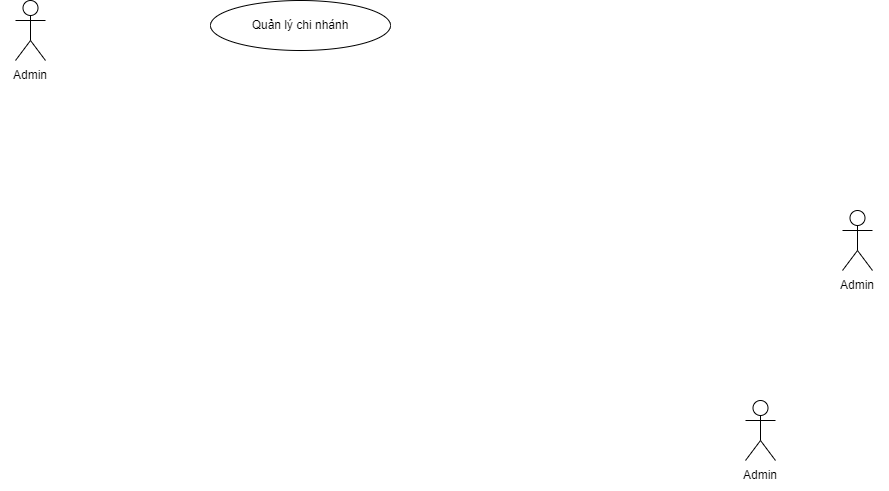
Above: Sơ Đồ UseCase.png in ChauCongTu/thiet-ke-linh-tinh (draw.io), before the change. Source tidied: cells renumbered, new cells last; positions are measured from the earlier drawing's top-left corner, leaving out a move shared by most shapes. Source of this version:
```xml
<mxGraphModel>
  <root>
    <mxCell id="0" />
    <mxCell id="1" parent="0" />
    <mxCell id="2" value="Actor" style="shape=umlActor;verticalLabelPosition=bottom;verticalAlign=top;html=1;labelPadding=0;noLabel=1;" parent="1" vertex="1">
      <mxGeometry x="15" width="30" height="60" as="geometry" />
    </mxCell>
    <mxCell id="3" value="Admin" style="text;html=1;strokeColor=none;fillColor=none;align=center;verticalAlign=middle;whiteSpace=wrap;rounded=0;" parent="1" vertex="1">
      <mxGeometry y="60" width="60" height="30" as="geometry" />
    </mxCell>
    <mxCell id="4" value="Actor" style="shape=umlActor;verticalLabelPosition=bottom;verticalAlign=top;html=1;labelPadding=0;noLabel=1;" parent="1" vertex="1">
      <mxGeometry x="745" y="400" width="30" height="60" as="geometry" />
    </mxCell>
    <mxCell id="5" value="Admin" style="text;html=1;strokeColor=none;fillColor=none;align=center;verticalAlign=middle;whiteSpace=wrap;rounded=0;" parent="1" vertex="1">
      <mxGeometry x="730" y="460" width="60" height="30" as="geometry" />
    </mxCell>
    <mxCell id="6" value="Actor" style="shape=umlActor;verticalLabelPosition=bottom;verticalAlign=top;html=1;labelPadding=0;noLabel=1;" parent="1" vertex="1">
      <mxGeometry x="842" y="210" width="30" height="60" as="geometry" />
    </mxCell>
    <mxCell id="7" value="Admin" style="text;html=1;strokeColor=none;fillColor=none;align=center;verticalAlign=middle;whiteSpace=wrap;rounded=0;" parent="1" vertex="1">
      <mxGeometry x="827" y="270" width="60" height="30" as="geometry" />
    </mxCell>
    <mxCell id="8" value="Quản lý chi nhánh" style="ellipse;whiteSpace=wrap;html=1;" parent="1" vertex="1">
      <mxGeometry x="210" width="180" height="50" as="geometry" />
    </mxCell>
  </root>
</mxGraphModel>
```
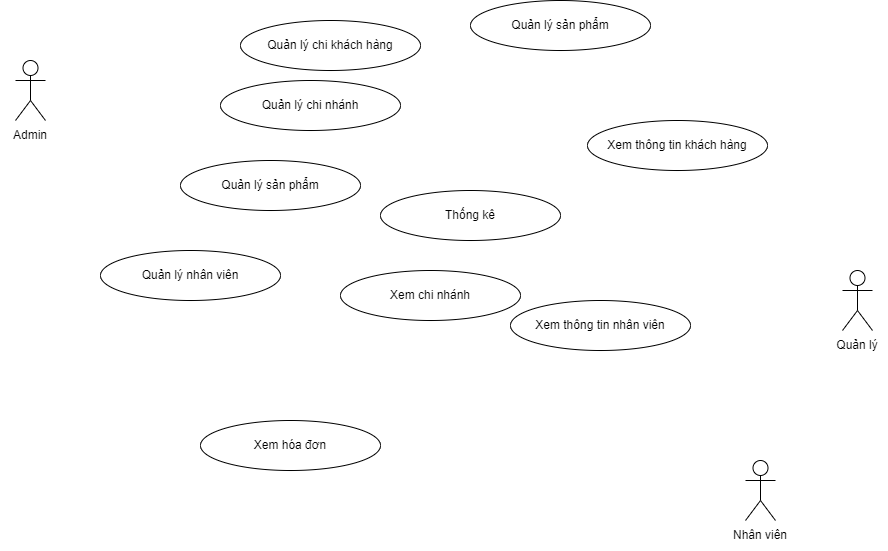
The same diagram one commit later.

Commit message:
Cập nhật Sơ Đồ UseCase.png

Change to the diagram source:
```diff
@@ -11,17 +11,44 @@
     <mxCell id="4" value="Actor" style="shape=umlActor;verticalLabelPosition=bottom;verticalAlign=top;html=1;labelPadding=0;noLabel=1;" parent="1" vertex="1">
       <mxGeometry x="745" y="400" width="30" height="60" as="geometry" />
     </mxCell>
-    <mxCell id="5" value="Admin" style="text;html=1;strokeColor=none;fillColor=none;align=center;verticalAlign=middle;whiteSpace=wrap;rounded=0;" parent="1" vertex="1">
+    <mxCell id="5" value="Nhân viên" style="text;html=1;strokeColor=none;fillColor=none;align=center;verticalAlign=middle;whiteSpace=wrap;rounded=0;" parent="1" vertex="1">
       <mxGeometry x="730" y="460" width="60" height="30" as="geometry" />
     </mxCell>
     <mxCell id="6" value="Actor" style="shape=umlActor;verticalLabelPosition=bottom;verticalAlign=top;html=1;labelPadding=0;noLabel=1;" parent="1" vertex="1">
       <mxGeometry x="842" y="210" width="30" height="60" as="geometry" />
     </mxCell>
-    <mxCell id="7" value="Admin" style="text;html=1;strokeColor=none;fillColor=none;align=center;verticalAlign=middle;whiteSpace=wrap;rounded=0;" parent="1" vertex="1">
+    <mxCell id="7" value="Quản lý" style="text;html=1;strokeColor=none;fillColor=none;align=center;verticalAlign=middle;whiteSpace=wrap;rounded=0;" parent="1" vertex="1">
       <mxGeometry x="827" y="270" width="60" height="30" as="geometry" />
     </mxCell>
     <mxCell id="8" value="Quản lý chi nhánh" style="ellipse;whiteSpace=wrap;html=1;" parent="1" vertex="1">
-      <mxGeometry x="210" width="180" height="50" as="geometry" />
+      <mxGeometry x="220" y="20" width="180" height="50" as="geometry" />
     </mxCell>
+    <mxCell id="9" value="Quản lý sản phẩm" style="ellipse;whiteSpace=wrap;html=1;" parent="1" vertex="1">
+      <mxGeometry x="180" y="100" width="180" height="50" as="geometry" />
+    </mxCell>
+    <mxCell id="10" value="Quản lý chi khách hàng" style="ellipse;whiteSpace=wrap;html=1;" parent="1" vertex="1">
+      <mxGeometry x="240" y="-40" width="180" height="50" as="geometry" />
+    </mxCell>
+    <mxCell id="11" value="Quản lý sản phẩm" style="ellipse;whiteSpace=wrap;html=1;" parent="1" vertex="1">
+      <mxGeometry x="470" y="-60" width="180" height="50" as="geometry" />
+    </mxCell>
+    <mxCell id="12" value="Thống kê" style="ellipse;whiteSpace=wrap;html=1;" parent="1" vertex="1">
+      <mxGeometry x="380" y="130" width="180" height="50" as="geometry" />
+    </mxCell>
+    <mxCell id="13" value="Quản lý nhân viên" style="ellipse;whiteSpace=wrap;html=1;" parent="1" vertex="1">
+      <mxGeometry x="100" y="190" width="180" height="50" as="geometry" />
+    </mxCell>
+    <mxCell id="14" value="Xem chi nhánh" style="ellipse;whiteSpace=wrap;html=1;" parent="1" vertex="1">
+      <mxGeometry x="340" y="210" width="180" height="50" as="geometry" />
+    </mxCell>
+    <mxCell id="15" value="Xem thông tin khách hàng" style="ellipse;whiteSpace=wrap;html=1;" parent="1" vertex="1">
+      <mxGeometry x="587" y="60" width="180" height="50" as="geometry" />
+    </mxCell>
+    <mxCell id="16" value="Xem thông tin nhân viên" style="ellipse;whiteSpace=wrap;html=1;" parent="1" vertex="1">
+      <mxGeometry x="510" y="240" width="180" height="50" as="geometry" />
+    </mxCell>
+    <mxCell id="17" value="Xem hóa đơn" style="ellipse;whiteSpace=wrap;html=1;" parent="1" vertex="1">
+      <mxGeometry x="200" y="360" width="180" height="50" as="geometry" />
+    </mxCell>
   </root>
 </mxGraphModel>
```
